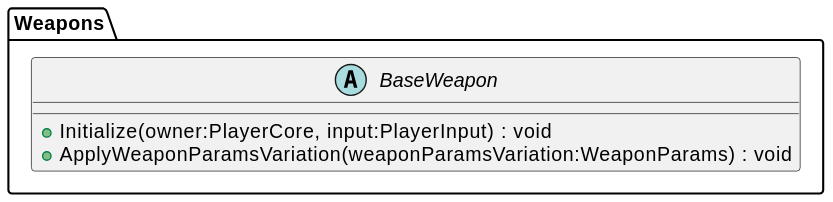
Before: plantuml/out/Weapon/BaseWeapon.svg, a diagram exported from PlantUML (asterisk-cn/RougueShooter). Its diagram source:
```plantuml
@startuml
namespace Weapons{
abstract class BaseWeapon {
    + Initialize(owner:PlayerCore, input:PlayerInput) : void
    + ApplyWeaponParamsVariation(weaponParamsVariation:WeaponParams) : void
}
}
@enduml
```
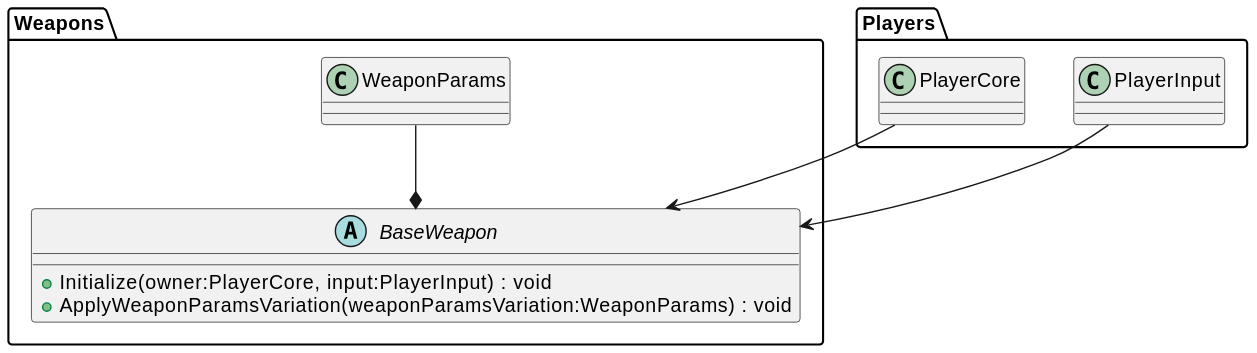
Later version of the same file.

Change to the diagram source:
```diff
@@ -5,4 +5,7 @@
     + ApplyWeaponParamsVariation(weaponParamsVariation:WeaponParams) : void
 }
 }
+Players.PlayerCore --> BaseWeapon
+Players.PlayerInput --> BaseWeapon
+Weapons.WeaponParams --* BaseWeapon
 @enduml
```
